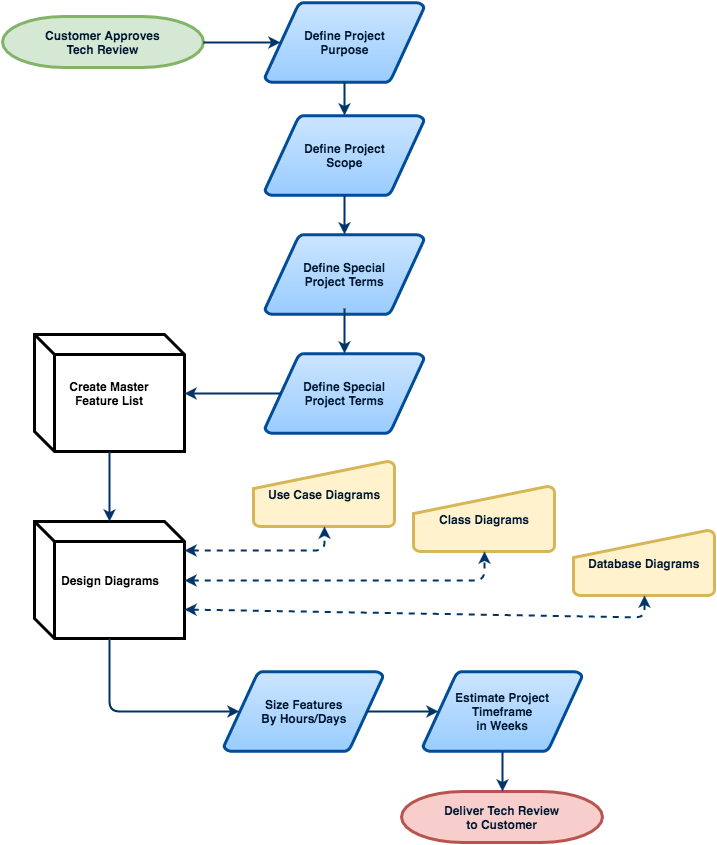
The draw.io diagram new-projects/phase-2.png in inigo-llc/guides, before a commit. Source tidied: cells renumbered, new cells last; positions are measured from the earlier drawing's top-left corner, leaving out a move shared by most shapes. Source of this version:
```xml
<mxGraphModel>
  <root>
    <mxCell id="0" style="html=1;" />
    <mxCell id="1" style="html=1;" parent="0" />
    <mxCell id="2" value="Customer Approves&lt;br&gt;Tech Review" style="shape=mxgraph.flowchart.terminator;fillColor=#d5e8d4;strokeColor=#82b366;strokeWidth=3;gradientDirection=north;fontColor=#001933;fontStyle=1;html=1;" parent="1" vertex="1">
      <mxGeometry y="14" width="201" height="51" as="geometry" />
    </mxCell>
    <mxCell id="3" value="Define Project&lt;br&gt;Purpose" style="shape=mxgraph.flowchart.data;fillColor=#99CCFF;strokeColor=#004C99;strokeWidth=3;gradientColor=#CCE5FF;gradientDirection=north;fontColor=#001933;fontStyle=1;html=1;" parent="1" vertex="1">
      <mxGeometry x="262.5" width="159" height="80" as="geometry" />
    </mxCell>
    <mxCell id="4" style="fontColor=#001933;fontStyle=1;strokeColor=#003366;strokeWidth=2;html=1;entryX=0.095;entryY=0.5;entryPerimeter=0;exitX=1;exitY=0.5;exitPerimeter=0;" parent="1" edge="1" source="2" target="3">
      <mxGeometry relative="1" as="geometry" />
    </mxCell>
    <mxCell id="5" value="Define Project&lt;br&gt;Scope" style="shape=mxgraph.flowchart.data;fillColor=#99CCFF;strokeColor=#004C99;strokeWidth=3;gradientColor=#CCE5FF;gradientDirection=north;fontColor=#001933;fontStyle=1;html=1;" parent="1" vertex="1">
      <mxGeometry x="262.5" y="113" width="159" height="80" as="geometry" />
    </mxCell>
    <mxCell id="6" value="Define Special&lt;br&gt;Project Terms" style="shape=mxgraph.flowchart.data;fillColor=#99CCFF;strokeColor=#004C99;strokeWidth=3;gradientColor=#CCE5FF;gradientDirection=north;fontColor=#001933;fontStyle=1;html=1;" parent="1" vertex="1">
      <mxGeometry x="262.5" y="232" width="159" height="80" as="geometry" />
    </mxCell>
    <mxCell id="7" value="Define Special&lt;br&gt;Project Terms" style="shape=mxgraph.flowchart.data;fillColor=#99CCFF;strokeColor=#004C99;strokeWidth=3;gradientColor=#CCE5FF;gradientDirection=north;fontColor=#001933;fontStyle=1;html=1;" parent="1" vertex="1">
      <mxGeometry x="262.5" y="351" width="159" height="80" as="geometry" />
    </mxCell>
    <mxCell id="8" value="&lt;b&gt;Create Master&lt;br&gt;Feature List&lt;/b&gt;" style="shape=cube;whiteSpace=wrap;html=1;strokeWidth=3;" parent="1" vertex="1">
      <mxGeometry x="32" y="332" width="150" height="117" as="geometry" />
    </mxCell>
    <mxCell id="9" value="&lt;div style=&quot;text-align: center&quot;&gt;&lt;b&gt;Design Diagrams&lt;/b&gt;&lt;/div&gt;" style="shape=cube;whiteSpace=wrap;html=1;strokeWidth=3;" parent="1" vertex="1">
      <mxGeometry x="32" y="519" width="150" height="117" as="geometry" />
    </mxCell>
    <mxCell id="10" value="Use Case Diagrams" style="shape=mxgraph.flowchart.manual_input;fillColor=#fff2cc;strokeColor=#d6b656;strokeWidth=3;gradientDirection=north;fontColor=#001933;fontStyle=1;html=1;" parent="1" vertex="1">
      <mxGeometry x="251" y="459" width="141" height="65" as="geometry" />
    </mxCell>
    <mxCell id="11" value="Class Diagrams" style="shape=mxgraph.flowchart.manual_input;fillColor=#fff2cc;strokeColor=#d6b656;strokeWidth=3;gradientDirection=north;fontColor=#001933;fontStyle=1;html=1;" parent="1" vertex="1">
      <mxGeometry x="411" y="484" width="141" height="65" as="geometry" />
    </mxCell>
    <mxCell id="12" value="Database Diagrams" style="shape=mxgraph.flowchart.manual_input;fillColor=#fff2cc;strokeColor=#d6b656;strokeWidth=3;gradientDirection=north;fontColor=#001933;fontStyle=1;html=1;" parent="1" vertex="1">
      <mxGeometry x="571" y="528" width="141" height="65" as="geometry" />
    </mxCell>
    <mxCell id="13" style="fontColor=#001933;fontStyle=1;strokeColor=#003366;strokeWidth=2;html=1;entryX=0.5;entryY=1;entryPerimeter=0;endArrow=classic;endFill=1;dashed=1;startArrow=classic;startFill=1;exitX=1;exitY=0.25;" parent="1" edge="1" source="9" target="10">
      <mxGeometry x="110" y="180.7" as="geometry">
        <Array as="points">
          <mxPoint x="322" y="548" />
        </Array>
      </mxGeometry>
    </mxCell>
    <mxCell id="14" style="fontColor=#001933;fontStyle=1;strokeColor=#003366;strokeWidth=2;html=1;entryX=0.5;entryY=1;entryPerimeter=0;endArrow=classic;endFill=1;dashed=1;startArrow=classic;startFill=1;exitX=1;exitY=0.5;" parent="1" edge="1" source="9" target="11">
      <mxGeometry x="120" y="190.7" as="geometry">
        <Array as="points">
          <mxPoint x="482" y="578" />
        </Array>
      </mxGeometry>
    </mxCell>
    <mxCell id="15" style="fontColor=#001933;fontStyle=1;strokeColor=#003366;strokeWidth=2;html=1;entryX=0.5;entryY=1;entryPerimeter=0;endArrow=classic;endFill=1;dashed=1;startArrow=classic;startFill=1;exitX=1;exitY=0.75;" parent="1" edge="1" source="9" target="12">
      <mxGeometry x="128" y="205.7" as="geometry">
        <Array as="points">
          <mxPoint x="642" y="615" />
        </Array>
      </mxGeometry>
    </mxCell>
    <mxCell id="16" value="Size Features&lt;br&gt;By Hours/Days" style="shape=mxgraph.flowchart.data;fillColor=#99CCFF;strokeColor=#004C99;strokeWidth=3;gradientColor=#CCE5FF;gradientDirection=north;fontColor=#001933;fontStyle=1;html=1;" parent="1" vertex="1">
      <mxGeometry x="221.5" y="669" width="159" height="80" as="geometry" />
    </mxCell>
    <mxCell id="17" style="fontColor=#001933;fontStyle=1;strokeColor=#003366;strokeWidth=2;html=1;entryX=0.5;entryY=0;entryPerimeter=0;exitX=0.5;exitY=1;exitPerimeter=0;" parent="1" edge="1" source="3" target="5">
      <mxGeometry x="110" y="180.7" as="geometry" />
    </mxCell>
    <mxCell id="18" style="fontColor=#001933;fontStyle=1;strokeColor=#003366;strokeWidth=2;html=1;entryX=0.5;entryY=0;entryPerimeter=0;exitX=0.5;exitY=1;exitPerimeter=0;" parent="1" edge="1" source="5" target="6">
      <mxGeometry x="104" y="293.7" as="geometry" />
    </mxCell>
    <mxCell id="19" style="fontColor=#001933;fontStyle=1;strokeColor=#003366;strokeWidth=2;html=1;entryX=0.5;entryY=0;entryPerimeter=0;exitX=0.5;exitY=1;exitPerimeter=0;" parent="1" edge="1" target="7">
      <mxGeometry x="136" y="182.7" as="geometry">
        <mxPoint x="342" y="306" as="sourcePoint" />
      </mxGeometry>
    </mxCell>
    <mxCell id="20" style="fontColor=#001933;fontStyle=1;strokeColor=#003366;strokeWidth=2;html=1;entryX=1;entryY=0.5;exitX=0.095;exitY=0.5;exitPerimeter=0;" parent="1" edge="1" source="7" target="8">
      <mxGeometry x="140" y="192.7" as="geometry" />
    </mxCell>
    <mxCell id="21" style="fontColor=#001933;fontStyle=1;strokeColor=#003366;strokeWidth=2;html=1;exitX=0.5;exitY=1;entryX=0.5;entryY=0;" parent="1" edge="1" source="8" target="9">
      <mxGeometry x="175" y="220.7" as="geometry" />
    </mxCell>
    <mxCell id="22" style="fontColor=#001933;fontStyle=1;strokeColor=#003366;strokeWidth=2;html=1;entryX=0.095;entryY=0.5;entryPerimeter=0;exitX=0.5;exitY=1;" parent="1" edge="1" source="9" target="16">
      <mxGeometry x="160" y="230.7" as="geometry">
        <Array as="points">
          <mxPoint x="107" y="709" />
        </Array>
      </mxGeometry>
    </mxCell>
    <mxCell id="23" value="Estimate Project&lt;br&gt;Timeframe&lt;br&gt;in Weeks" style="shape=mxgraph.flowchart.data;fillColor=#99CCFF;strokeColor=#004C99;strokeWidth=3;gradientColor=#CCE5FF;gradientDirection=north;fontColor=#001933;fontStyle=1;html=1;" parent="1" vertex="1">
      <mxGeometry x="420.5" y="669" width="159" height="80" as="geometry" />
    </mxCell>
    <mxCell id="24" style="fontColor=#001933;fontStyle=1;strokeColor=#003366;strokeWidth=2;html=1;entryX=0.095;entryY=0.5;entryPerimeter=0;exitX=0.905;exitY=0.5;exitPerimeter=0;" parent="1" edge="1" source="16" target="23">
      <mxGeometry x="119" y="210.7" as="geometry" />
    </mxCell>
    <mxCell id="25" value="Deliver Tech Review&lt;br&gt;to Customer" style="shape=mxgraph.flowchart.terminator;fillColor=#f8cecc;strokeColor=#b85450;strokeWidth=3;gradientDirection=north;fontColor=#001933;fontStyle=1;html=1;" parent="1" vertex="1">
      <mxGeometry x="399" y="789" width="201" height="51" as="geometry" />
    </mxCell>
    <mxCell id="26" style="fontColor=#001933;fontStyle=1;strokeColor=#003366;strokeWidth=2;html=1;exitX=0.5;exitY=1;exitPerimeter=0;entryX=0.5;entryY=0;entryPerimeter=0;" parent="1" edge="1" source="23" target="25">
      <mxGeometry x="563" y="505.7" as="geometry" />
    </mxCell>
  </root>
</mxGraphModel>
```
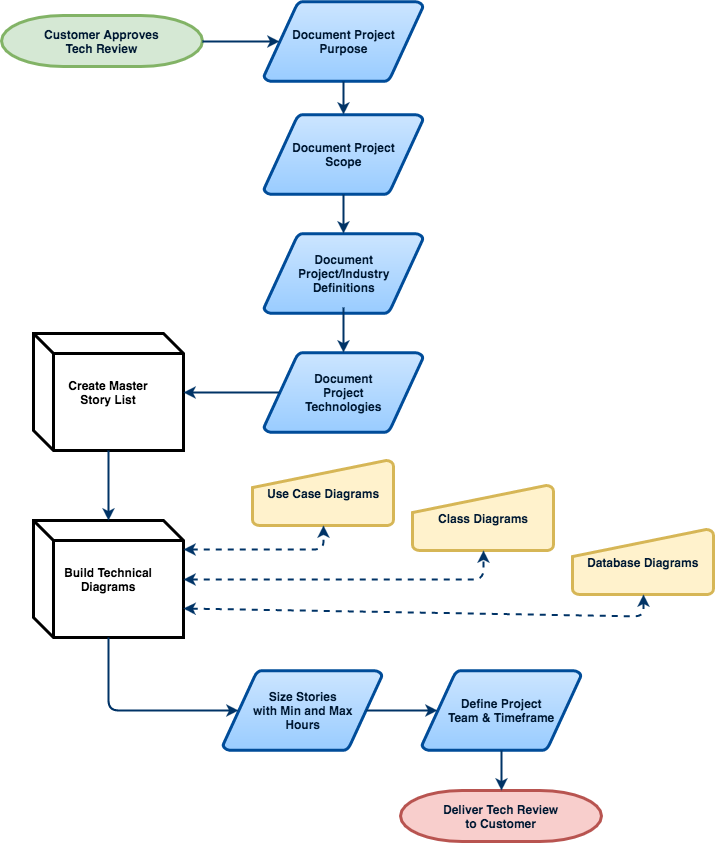
The same diagram one commit later.

The edit, as a diff of the source:
```diff
@@ -5,25 +5,25 @@
     <mxCell id="2" value="Customer Approves&lt;br&gt;Tech Review" style="shape=mxgraph.flowchart.terminator;fillColor=#d5e8d4;strokeColor=#82b366;strokeWidth=3;gradientDirection=north;fontColor=#001933;fontStyle=1;html=1;" parent="1" vertex="1">
       <mxGeometry y="14" width="201" height="51" as="geometry" />
     </mxCell>
-    <mxCell id="3" value="Define Project&lt;br&gt;Purpose" style="shape=mxgraph.flowchart.data;fillColor=#99CCFF;strokeColor=#004C99;strokeWidth=3;gradientColor=#CCE5FF;gradientDirection=north;fontColor=#001933;fontStyle=1;html=1;" parent="1" vertex="1">
+    <mxCell id="3" value="Document Project&lt;br&gt;Purpose" style="shape=mxgraph.flowchart.data;fillColor=#99CCFF;strokeColor=#004C99;strokeWidth=3;gradientColor=#CCE5FF;gradientDirection=north;fontColor=#001933;fontStyle=1;html=1;" parent="1" vertex="1">
       <mxGeometry x="262.5" width="159" height="80" as="geometry" />
     </mxCell>
     <mxCell id="4" style="fontColor=#001933;fontStyle=1;strokeColor=#003366;strokeWidth=2;html=1;entryX=0.095;entryY=0.5;entryPerimeter=0;exitX=1;exitY=0.5;exitPerimeter=0;" parent="1" edge="1" source="2" target="3">
       <mxGeometry relative="1" as="geometry" />
     </mxCell>
-    <mxCell id="5" value="Define Project&lt;br&gt;Scope" style="shape=mxgraph.flowchart.data;fillColor=#99CCFF;strokeColor=#004C99;strokeWidth=3;gradientColor=#CCE5FF;gradientDirection=north;fontColor=#001933;fontStyle=1;html=1;" parent="1" vertex="1">
+    <mxCell id="5" value="Document Project&lt;br&gt;Scope" style="shape=mxgraph.flowchart.data;fillColor=#99CCFF;strokeColor=#004C99;strokeWidth=3;gradientColor=#CCE5FF;gradientDirection=north;fontColor=#001933;fontStyle=1;html=1;" parent="1" vertex="1">
       <mxGeometry x="262.5" y="113" width="159" height="80" as="geometry" />
     </mxCell>
-    <mxCell id="6" value="Define Special&lt;br&gt;Project Terms" style="shape=mxgraph.flowchart.data;fillColor=#99CCFF;strokeColor=#004C99;strokeWidth=3;gradientColor=#CCE5FF;gradientDirection=north;fontColor=#001933;fontStyle=1;html=1;" parent="1" vertex="1">
+    <mxCell id="6" value="Document&lt;br&gt;Project/Industry&lt;br&gt;Definitions" style="shape=mxgraph.flowchart.data;fillColor=#99CCFF;strokeColor=#004C99;strokeWidth=3;gradientColor=#CCE5FF;gradientDirection=north;fontColor=#001933;fontStyle=1;html=1;" parent="1" vertex="1">
       <mxGeometry x="262.5" y="232" width="159" height="80" as="geometry" />
     </mxCell>
-    <mxCell id="7" value="Define Special&lt;br&gt;Project Terms" style="shape=mxgraph.flowchart.data;fillColor=#99CCFF;strokeColor=#004C99;strokeWidth=3;gradientColor=#CCE5FF;gradientDirection=north;fontColor=#001933;fontStyle=1;html=1;" parent="1" vertex="1">
+    <mxCell id="7" value="Document&lt;br&gt;Project&lt;br&gt;Technologies&lt;br&gt;" style="shape=mxgraph.flowchart.data;fillColor=#99CCFF;strokeColor=#004C99;strokeWidth=3;gradientColor=#CCE5FF;gradientDirection=north;fontColor=#001933;fontStyle=1;html=1;" parent="1" vertex="1">
       <mxGeometry x="262.5" y="351" width="159" height="80" as="geometry" />
     </mxCell>
-    <mxCell id="8" value="&lt;b&gt;Create Master&lt;br&gt;Feature List&lt;/b&gt;" style="shape=cube;whiteSpace=wrap;html=1;strokeWidth=3;" parent="1" vertex="1">
+    <mxCell id="8" value="&lt;b&gt;Create Master&lt;br&gt;Story List&lt;/b&gt;" style="shape=cube;whiteSpace=wrap;html=1;strokeWidth=3;" parent="1" vertex="1">
       <mxGeometry x="32" y="332" width="150" height="117" as="geometry" />
     </mxCell>
-    <mxCell id="9" value="&lt;div style=&quot;text-align: center&quot;&gt;&lt;b&gt;Design Diagrams&lt;/b&gt;&lt;/div&gt;" style="shape=cube;whiteSpace=wrap;html=1;strokeWidth=3;" parent="1" vertex="1">
+    <mxCell id="9" value="&lt;div style=&quot;text-align: center&quot;&gt;&lt;b&gt;Build Technical&lt;br&gt;Diagrams&lt;/b&gt;&lt;/div&gt;" style="shape=cube;whiteSpace=wrap;html=1;strokeWidth=3;" parent="1" vertex="1">
       <mxGeometry x="32" y="519" width="150" height="117" as="geometry" />
     </mxCell>
     <mxCell id="10" value="Use Case Diagrams" style="shape=mxgraph.flowchart.manual_input;fillColor=#fff2cc;strokeColor=#d6b656;strokeWidth=3;gradientDirection=north;fontColor=#001933;fontStyle=1;html=1;" parent="1" vertex="1">
@@ -56,7 +56,7 @@
         </Array>
       </mxGeometry>
     </mxCell>
-    <mxCell id="16" value="Size Features&lt;br&gt;By Hours/Days" style="shape=mxgraph.flowchart.data;fillColor=#99CCFF;strokeColor=#004C99;strokeWidth=3;gradientColor=#CCE5FF;gradientDirection=north;fontColor=#001933;fontStyle=1;html=1;" parent="1" vertex="1">
+    <mxCell id="16" value="Size Stories&lt;br&gt;with Min and Max&lt;br&gt;Hours" style="shape=mxgraph.flowchart.data;fillColor=#99CCFF;strokeColor=#004C99;strokeWidth=3;gradientColor=#CCE5FF;gradientDirection=north;fontColor=#001933;fontStyle=1;html=1;" parent="1" vertex="1">
       <mxGeometry x="221.5" y="669" width="159" height="80" as="geometry" />
     </mxCell>
     <mxCell id="17" style="fontColor=#001933;fontStyle=1;strokeColor=#003366;strokeWidth=2;html=1;entryX=0.5;entryY=0;entryPerimeter=0;exitX=0.5;exitY=1;exitPerimeter=0;" parent="1" edge="1" source="3" target="5">
@@ -83,7 +83,7 @@
         </Array>
       </mxGeometry>
     </mxCell>
-    <mxCell id="23" value="Estimate Project&lt;br&gt;Timeframe&lt;br&gt;in Weeks" style="shape=mxgraph.flowchart.data;fillColor=#99CCFF;strokeColor=#004C99;strokeWidth=3;gradientColor=#CCE5FF;gradientDirection=north;fontColor=#001933;fontStyle=1;html=1;" parent="1" vertex="1">
+    <mxCell id="23" value="Define Project&lt;div&gt;Team &amp;amp; Timeframe&lt;/div&gt;" style="shape=mxgraph.flowchart.data;fillColor=#99CCFF;strokeColor=#004C99;strokeWidth=3;gradientColor=#CCE5FF;gradientDirection=north;fontColor=#001933;fontStyle=1;html=1;" parent="1" vertex="1">
       <mxGeometry x="420.5" y="669" width="159" height="80" as="geometry" />
     </mxCell>
     <mxCell id="24" style="fontColor=#001933;fontStyle=1;strokeColor=#003366;strokeWidth=2;html=1;entryX=0.095;entryY=0.5;entryPerimeter=0;exitX=0.905;exitY=0.5;exitPerimeter=0;" parent="1" edge="1" source="16" target="23">
```
